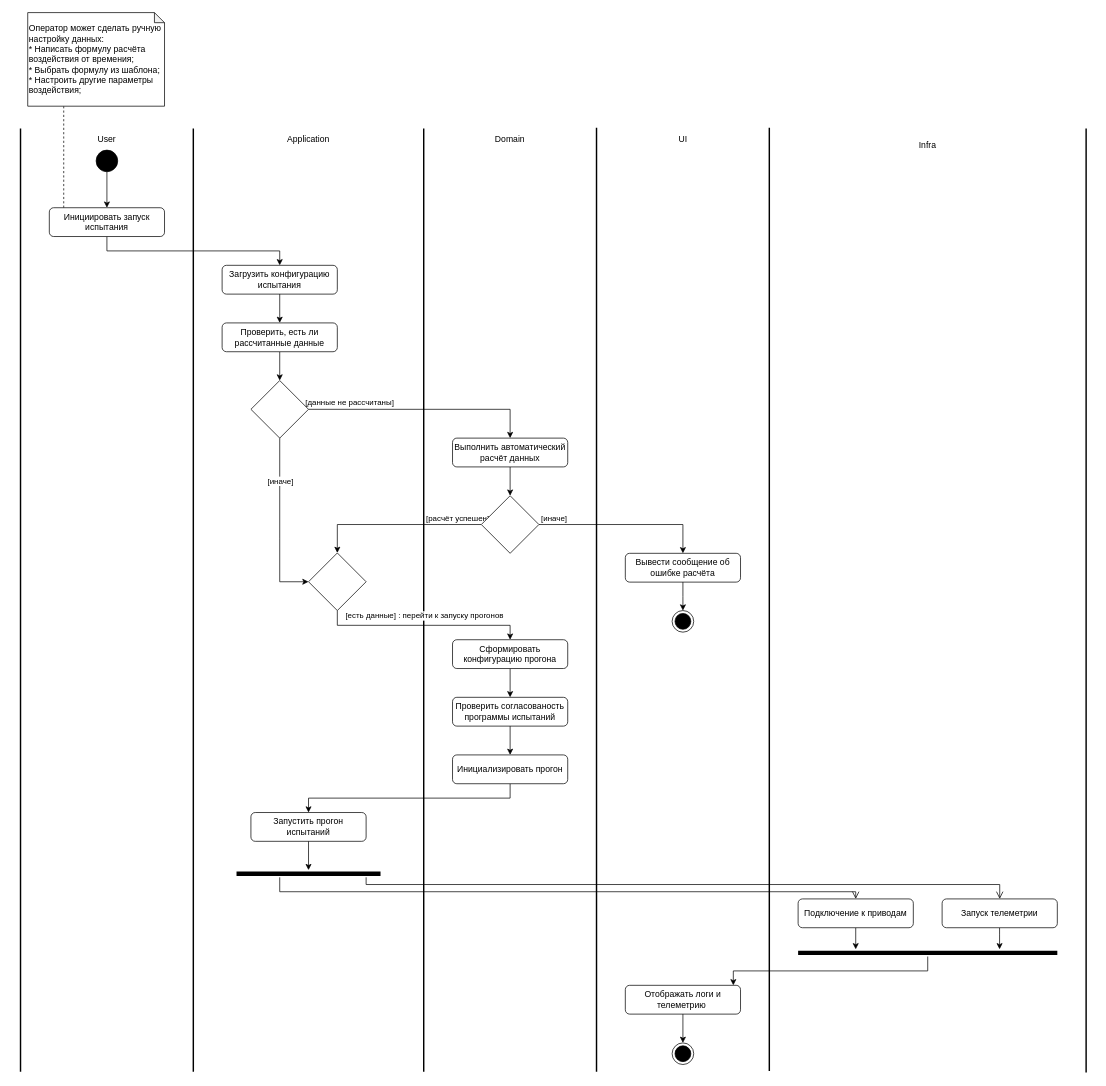
Above: page "ДА - Запуск испытания" (4 of 5) of docs/diagrams/analytics-artifacts.drawio in TarkWight/uas-test-system (draw.io), before the change. Source tidied: cells renumbered, new cells numbered last; positions are measured from the earlier drawing's top-left corner, leaving out a move shared by most shapes. Both pictures are drawn from the tidied source at 72%, with x=0, y=0 at pixel (13, 12).
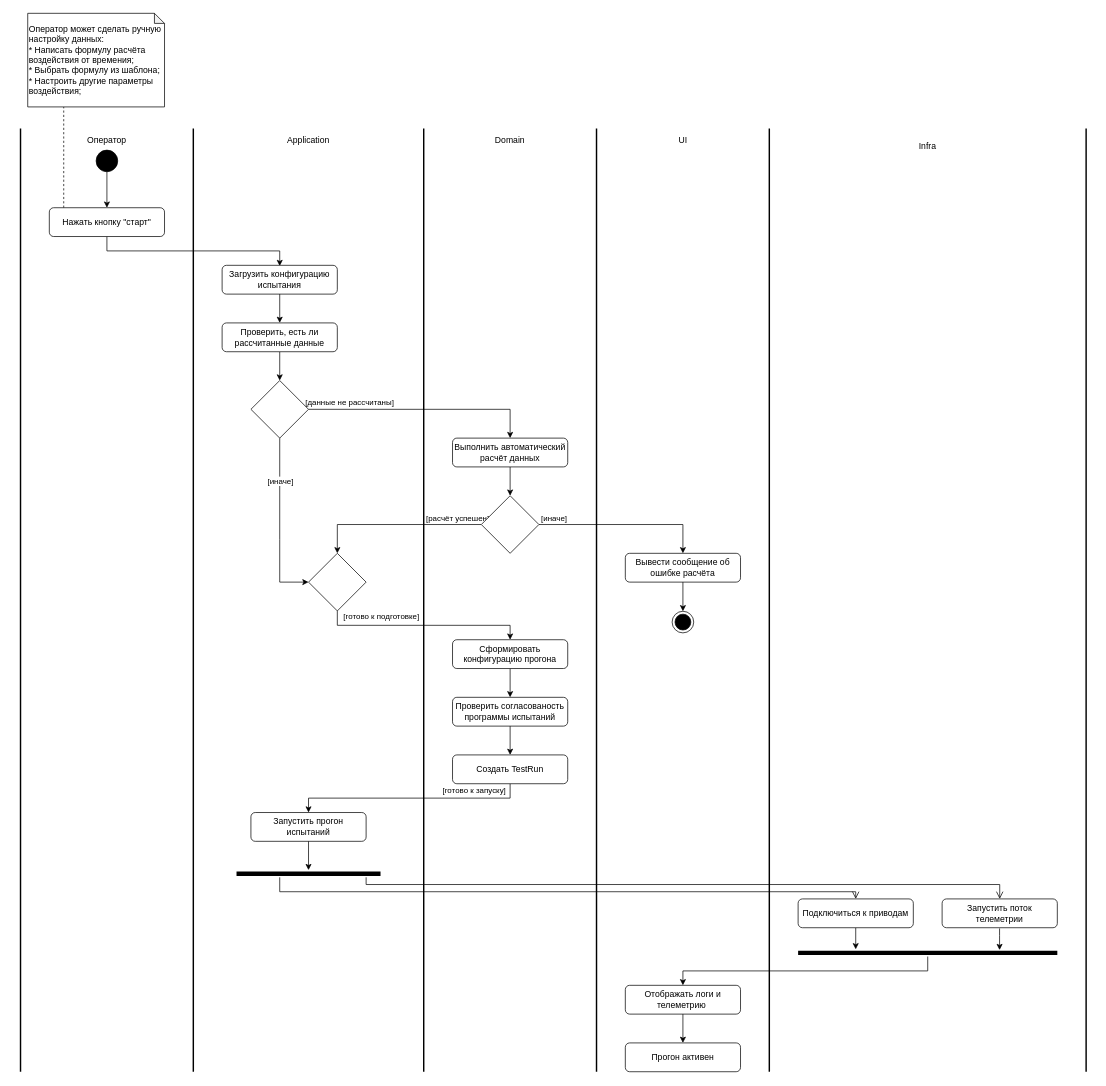
Above is the later version.

The change refers to these unchanged cells:
```xml
<mxCell id="28" style="rhombus;whiteSpace=wrap;html=1;" parent="1" vertex="1">
  <mxGeometry x="330" y="511" width="80" height="80" as="geometry" />
</mxCell>
<mxCell id="29" style="edgeStyle=orthogonalEdgeStyle;rounded=0;jettySize=auto;html=1;" parent="1" edge="1" source="57" target="59">
  <mxGeometry relative="1" as="geometry">
    <Array as="points">
      <mxPoint x="450" y="851" />
      <mxPoint x="690" y="851" />
    </Array>
  </mxGeometry>
</mxCell>
<mxCell id="33" style="edgeStyle=orthogonalEdgeStyle;rounded=0;jettySize=auto;html=1;" parent="1" edge="1" source="34" target="35">
  <mxGeometry relative="1" as="geometry">
    <Array as="points">
      <mxPoint x="690" y="1091" />
      <mxPoint x="410" y="1091" />
    </Array>
  </mxGeometry>
</mxCell>
<mxCell id="45" style="shape=line;html=1;strokeWidth=6;strokeColor=#000000;" parent="1" vertex="1">
  <mxGeometry x="1090" y="1301" width="360" height="10" as="geometry" />
</mxCell>
<mxCell id="47" value="Отображать логи и телеметрию&amp;nbsp;" style="rounded=1;whiteSpace=wrap;html=1;" parent="1" vertex="1">
  <mxGeometry x="850" y="1351" width="160" height="40" as="geometry" />
</mxCell>
<mxCell id="53" style="rhombus;whiteSpace=wrap;html=1;" parent="1" vertex="1">
  <mxGeometry x="650" y="671" width="80" height="80" as="geometry" />
</mxCell>
```

Change to the diagram source:
```diff
@@
     <mxCell id="5" style="line;strokeWidth=2;direction=south;html=1;" parent="1" vertex="1">
-      <mxGeometry x="1040" y="160" width="20" height="1310" as="geometry" />
+      <mxGeometry x="1040" y="161" width="20" height="1310" as="geometry" />
     </mxCell>
     <mxCell id="6" style="line;strokeWidth=2;direction=south;html=1;" parent="1" vertex="1">
-      <mxGeometry x="800" y="160" width="20" height="1311" as="geometry" />
+      <mxGeometry x="800" y="161" width="20" height="1310" as="geometry" />
     </mxCell>
@@
-    <mxCell id="9" value="User" style="text;html=1;whiteSpace=wrap;strokeColor=none;fillColor=none;align=center;verticalAlign=middle;rounded=0;" parent="1" vertex="1">
-      <mxGeometry x="100" y="161" width="60" height="30" as="geometry" />
+    <mxCell id="9" value="Оператор" style="text;html=1;whiteSpace=wrap;strokeColor=none;fillColor=none;align=center;verticalAlign=middle;rounded=0;" parent="1" vertex="1">
+      <mxGeometry x="100" y="162" width="60" height="30" as="geometry" />
     </mxCell>
     <mxCell id="10" style="edgeStyle=orthogonalEdgeStyle;rounded=0;jettySize=auto;html=1;" parent="1" edge="1" source="12">
       <mxGeometry relative="1" as="geometry">
-        <mxPoint x="370" y="351" as="targetPoint" />
+        <mxPoint x="370" y="352" as="targetPoint" />
         <Array as="points">
           <mxPoint x="130" y="331" />
           <mxPoint x="370" y="331" />
         </Array>
       </mxGeometry>
     </mxCell>
     <mxCell id="11" style="rounded=0;jettySize=auto;html=1;endArrow=none;endFill=0;dashed=1;orthogonal=1;" parent="1" edge="1" source="12" target="60">
       <mxGeometry relative="1" as="geometry">
         <Array as="points">
-          <mxPoint x="70" y="200" />
+          <mxPoint x="70" y="201" />
         </Array>
       </mxGeometry>
     </mxCell>
-    <mxCell id="12" value="Инициировать запуск испытания" style="rounded=1;whiteSpace=wrap;html=1;" parent="1" vertex="1">
+    <mxCell id="12" value="Нажать кнопку &quot;старт&quot;" style="rounded=1;whiteSpace=wrap;html=1;" parent="1" vertex="1">
       <mxGeometry x="50" y="271" width="160" height="40" as="geometry" />
     </mxCell>
     <mxCell id="13" value="Application" style="text;html=1;whiteSpace=wrap;strokeColor=none;fillColor=none;align=center;verticalAlign=middle;rounded=0;" parent="1" vertex="1">
-      <mxGeometry x="380" y="161" width="60" height="30" as="geometry" />
+      <mxGeometry x="380" y="162" width="60" height="30" as="geometry" />
     </mxCell>
     <mxCell id="14" value="Domain" style="text;html=1;whiteSpace=wrap;strokeColor=none;fillColor=none;align=center;verticalAlign=middle;rounded=0;" parent="1" vertex="1">
-      <mxGeometry x="660" y="161" width="60" height="30" as="geometry" />
+      <mxGeometry x="660" y="162" width="60" height="30" as="geometry" />
     </mxCell>
     <mxCell id="15" value="Infra" style="text;html=1;whiteSpace=wrap;strokeColor=none;fillColor=none;align=center;verticalAlign=middle;rounded=0;" parent="1" vertex="1">
-      <mxGeometry x="1240" y="170" width="60" height="30" as="geometry" />
+      <mxGeometry x="1240" y="171" width="60" height="30" as="geometry" />
     </mxCell>
     <mxCell id="16" style="line;strokeWidth=2;direction=south;html=1;" parent="1" vertex="1">
-      <mxGeometry x="1480" y="161" width="20" height="1311" as="geometry" />
+      <mxGeometry x="1480" y="161" width="20" height="1310" as="geometry" />
     </mxCell>
@@
     <mxCell id="21" value="UI" style="text;html=1;align=center;verticalAlign=middle;strokeColor=none;fillColor=none;" parent="1" vertex="1">
-      <mxGeometry x="910" y="161" width="40" height="30" as="geometry" />
+      <mxGeometry x="910" y="162" width="40" height="30" as="geometry" />
     </mxCell>
@@
     <mxCell id="24" style="edgeStyle=orthogonalEdgeStyle;rounded=0;jettySize=auto;html=1;" parent="1" edge="1" source="28" target="57">
       <mxGeometry relative="1" as="geometry">
         <Array as="points">
-          <mxPoint x="370" y="731" />
-          <mxPoint x="370" y="731" />
+          <mxPoint x="370" y="732" />
+          <mxPoint x="370" y="732" />
         </Array>
       </mxGeometry>
     </mxCell>
@@
-    <mxCell id="30" value="[есть данные] : перейти к запуску прогонов" style="edgeLabel;html=1;align=center;verticalAlign=middle;" parent="29" vertex="1">
+    <mxCell id="30" value="[готово к подготовке]" style="edgeLabel;html=1;align=center;verticalAlign=middle;" parent="29" vertex="1">
       <mxGeometry x="-0.95" relative="1" as="geometry">
-        <mxPoint x="120" as="offset" />
+        <mxPoint x="60" as="offset" />
       </mxGeometry>
     </mxCell>
@@
+    <mxCell id="61" value="[готово к запуску]" style="edgeLabel;html=1;align=center;verticalAlign=middle;" parent="33" vertex="1">
+      <mxGeometry x="-0.8" y="-3" relative="1" as="geometry">
+        <mxPoint x="-39" y="-8" as="offset" />
+      </mxGeometry>
+    </mxCell>
-    <mxCell id="34" value="Инициализировать прогон" style="rounded=1;whiteSpace=wrap;html=1;" parent="1" vertex="1">
+    <mxCell id="34" value="Создать TestRun" style="rounded=1;whiteSpace=wrap;html=1;" parent="1" vertex="1">
       <mxGeometry x="610" y="1031" width="160" height="40" as="geometry" />
     </mxCell>
@@
     <mxCell id="39" style="edgeStyle=orthogonalEdgeStyle;rounded=0;jettySize=auto;html=1;" parent="1" edge="1" source="40" target="45">
       <mxGeometry relative="1" as="geometry">
         <Array as="points">
-          <mxPoint x="1140" y="1306" />
-          <mxPoint x="1140" y="1306" />
+          <mxPoint x="1140" y="1307" />
+          <mxPoint x="1140" y="1307" />
         </Array>
       </mxGeometry>
     </mxCell>
-    <mxCell id="40" value="Подключение к приводам" style="rounded=1;whiteSpace=wrap;html=1;" parent="1" vertex="1">
+    <mxCell id="40" value="Подключиться к приводам" style="rounded=1;whiteSpace=wrap;html=1;" parent="1" vertex="1">
       <mxGeometry x="1090" y="1231" width="160" height="40" as="geometry" />
     </mxCell>
     <mxCell id="41" style="edgeStyle=orthogonalEdgeStyle;rounded=0;orthogonalLoop=1;jettySize=auto;html=1;" parent="1" edge="1">
       <mxGeometry relative="1" as="geometry">
-        <mxPoint x="1369.8" y="1271" as="sourcePoint" />
-        <mxPoint x="1369.8" y="1301" as="targetPoint" />
+        <mxPoint x="1369.8" y="1272" as="sourcePoint" />
+        <mxPoint x="1369.8" y="1302" as="targetPoint" />
         <Array as="points">
-          <mxPoint x="1369.8" y="1281" />
-          <mxPoint x="1369.8" y="1281" />
+          <mxPoint x="1369.8" y="1282" />
+          <mxPoint x="1369.8" y="1282" />
         </Array>
       </mxGeometry>
     </mxCell>
-    <mxCell id="42" value="Запуск телеметрии" style="rounded=1;whiteSpace=wrap;html=1;" parent="1" vertex="1">
+    <mxCell id="42" value="Запустить поток телеметрии" style="rounded=1;whiteSpace=wrap;html=1;" parent="1" vertex="1">
       <mxGeometry x="1290" y="1231" width="160" height="40" as="geometry" />
     </mxCell>
@@
     <mxCell id="44" style="edgeStyle=orthogonalEdgeStyle;rounded=0;jettySize=auto;html=1;" parent="1" edge="1" source="45" target="47">
       <mxGeometry relative="1" as="geometry">
         <Array as="points">
           <mxPoint x="1270" y="1331" />
-          <mxPoint x="1000" y="1331" />
+          <mxPoint x="930" y="1331" />
         </Array>
       </mxGeometry>
     </mxCell>
@@
-    <mxCell id="46" style="edgeStyle=orthogonalEdgeStyle;rounded=0;jettySize=auto;html=1;" parent="1" edge="1" source="47" target="48">
-      <mxGeometry relative="1" as="geometry">
-        <Array as="points">
-          <mxPoint x="930" y="1431" />
-          <mxPoint x="930" y="1431" />
-        </Array>
-      </mxGeometry>
+    <mxCell id="46" style="edgeStyle=orthogonalEdgeStyle;rounded=0;jettySize=auto;html=1;" parent="1" edge="1" source="47" target="62">
+      <mxGeometry relative="1" as="geometry" />
     </mxCell>
@@
-    <mxCell id="48" style="ellipse;html=1;shape=endState;fillColor=strokeColor;" parent="1" vertex="1">
-      <mxGeometry x="915" y="1431" width="30" height="30" as="geometry" />
-    </mxCell>
     <mxCell id="49" style="edgeStyle=orthogonalEdgeStyle;rounded=0;jettySize=auto;html=1;" parent="1" edge="1" source="53" target="57">
       <mxGeometry relative="1" as="geometry">
         <Array as="points">
-          <mxPoint x="605" y="711" />
-          <mxPoint x="440" y="711" />
+          <mxPoint x="450" y="711" />
         </Array>
       </mxGeometry>
     </mxCell>
@@
     <mxCell id="56" style="ellipse;html=1;shape=endState;fillColor=strokeColor;" parent="1" vertex="1">
-      <mxGeometry x="915" y="830.5" width="30" height="30" as="geometry" />
+      <mxGeometry x="915" y="831.5" width="30" height="30" as="geometry" />
     </mxCell>
     <mxCell id="57" style="rhombus;whiteSpace=wrap;html=1;" parent="1" vertex="1">
-      <mxGeometry x="410" y="750.5" width="80" height="80" as="geometry" />
+      <mxGeometry x="410" y="751" width="80" height="80" as="geometry" />
     </mxCell>
@@
     <mxCell id="60" value="Оператор может сделать ручную настройку данных:&lt;br&gt;* Написать формулу расчёта воздействия от времения;&lt;div&gt;* Выбрать формулу из шаблона;&lt;/div&gt;&lt;div&gt;* Настроить другие параметры воздействия;&lt;/div&gt;" style="shape=note;whiteSpace=wrap;html=1;backgroundOutline=1;darkOpacity=0.05;align=left;size=14;" parent="1" vertex="1">
-      <mxGeometry x="20" width="190" height="130" as="geometry" />
+      <mxGeometry x="20" y="1" width="190" height="130" as="geometry" />
     </mxCell>
+    <mxCell id="62" value="Прогон активен" style="rounded=1;whiteSpace=wrap;html=1;" parent="1" vertex="1">
+      <mxGeometry x="850" y="1431" width="160" height="40" as="geometry" />
+    </mxCell>
```
